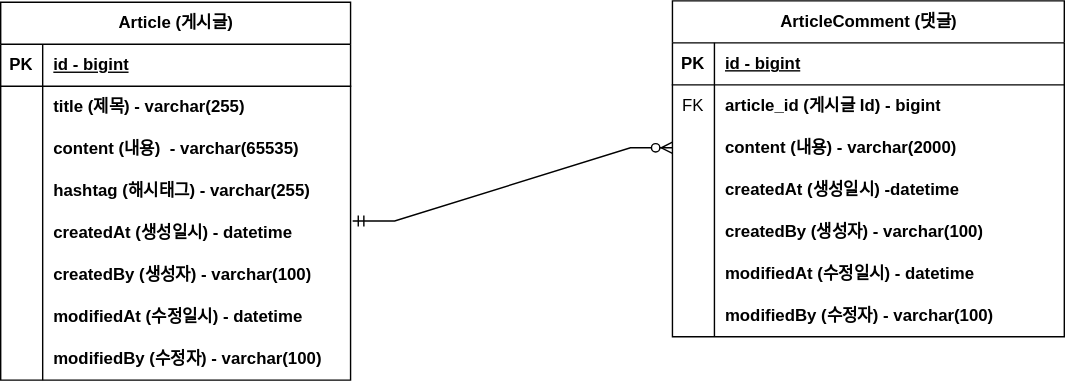
skorea6/fc-project-board keeps this draw.io diagram as document/project-board-erd.svg. Above is the earlier version. Source tidied: cells renumbered, new cells last; positions are measured from the earlier drawing's top-left corner, leaving out a move shared by most shapes.
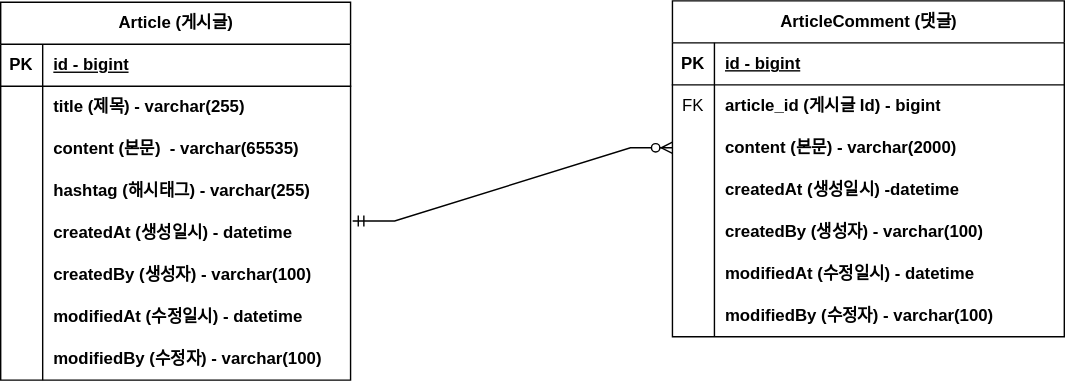
After the commit.

Commit message:
#2 - ERD 주석 업데이트 - project-board-erd.svg

Diff of the diagram source:
```diff
@@ -29,7 +29,7 @@
     <mxCell id="10" style="shape=partialRectangle;fillColor=none;top=0;left=0;bottom=0;right=0;overflow=hidden;whiteSpace=wrap;html=1;" parent="9" vertex="1">
       <mxGeometry width="30" height="30" as="geometry" />
     </mxCell>
-    <mxCell id="11" value="content (내용)&amp;nbsp;&amp;nbsp;- varchar(65535)" style="shape=partialRectangle;fillColor=none;top=0;left=0;bottom=0;right=0;align=left;spacingLeft=6;overflow=hidden;whiteSpace=wrap;html=1;fontStyle=1;" parent="9" vertex="1">
+    <mxCell id="11" value="content (본문&lt;span style=&quot;background-color: initial;&quot;&gt;)&amp;nbsp;&amp;nbsp;- varchar(65535)&lt;/span&gt;" style="shape=partialRectangle;fillColor=none;top=0;left=0;bottom=0;right=0;align=left;spacingLeft=6;overflow=hidden;whiteSpace=wrap;html=1;fontStyle=1;" parent="9" vertex="1">
       <mxGeometry x="30" width="220" height="30" as="geometry" />
     </mxCell>
     <mxCell id="12" style="shape=tableRow;horizontal=0;startSize=0;swimlaneHead=0;swimlaneBody=0;fillColor=none;top=0;left=0;right=0;bottom=0;" parent="2" vertex="1">
@@ -104,7 +104,7 @@
     <mxCell id="35" style="shape=partialRectangle;fillColor=none;top=0;left=0;bottom=0;right=0;overflow=hidden;whiteSpace=wrap;html=1;" parent="34" vertex="1">
       <mxGeometry width="30" height="30" as="geometry" />
     </mxCell>
-    <mxCell id="36" value="content (내용)&amp;nbsp;- varchar(2000)" style="shape=partialRectangle;fillColor=none;top=0;left=0;bottom=0;right=0;align=left;spacingLeft=6;overflow=hidden;whiteSpace=wrap;html=1;fontStyle=1;" parent="34" vertex="1">
+    <mxCell id="36" value="content (본문&lt;span style=&quot;background-color: initial;&quot;&gt;)&amp;nbsp;- varchar(2000)&lt;/span&gt;" style="shape=partialRectangle;fillColor=none;top=0;left=0;bottom=0;right=0;align=left;spacingLeft=6;overflow=hidden;whiteSpace=wrap;html=1;fontStyle=1;" parent="34" vertex="1">
       <mxGeometry x="30" width="250" height="30" as="geometry" />
     </mxCell>
     <mxCell id="37" style="shape=tableRow;horizontal=0;startSize=0;swimlaneHead=0;swimlaneBody=0;fillColor=none;top=0;left=0;right=0;bottom=0;" parent="27" vertex="1">
```
